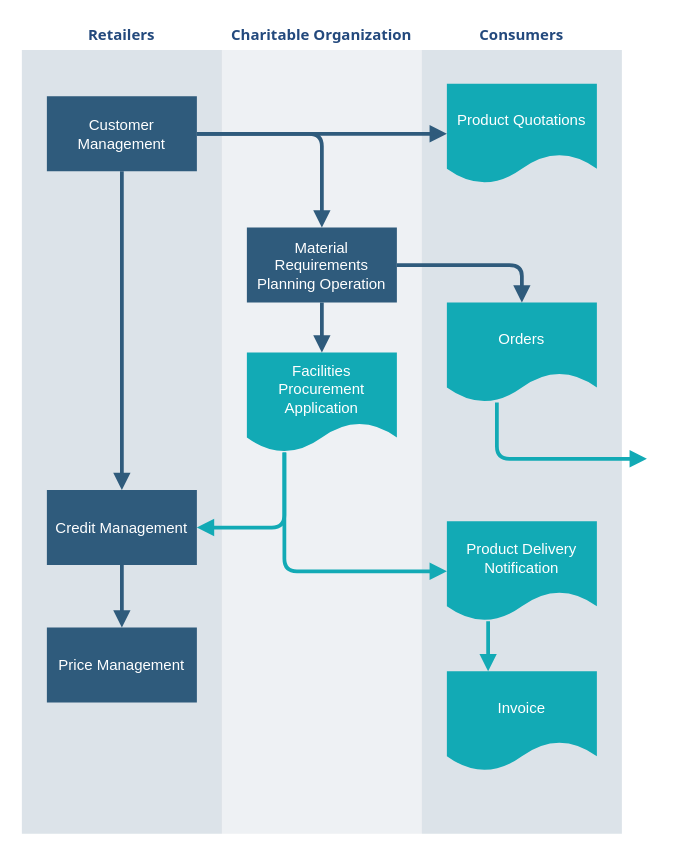
Earlier version of the draw.io diagram Untitled Diagram.drawio (panjuncai/Req). Source tidied: cells renumbered, new cells numbered last; positions are measured from the earlier drawing's top-left corner, leaving out a move shared by most shapes. Both pictures are drawn from the tidied source at 125%, with x=0, y=0 at pixel (21, 20).
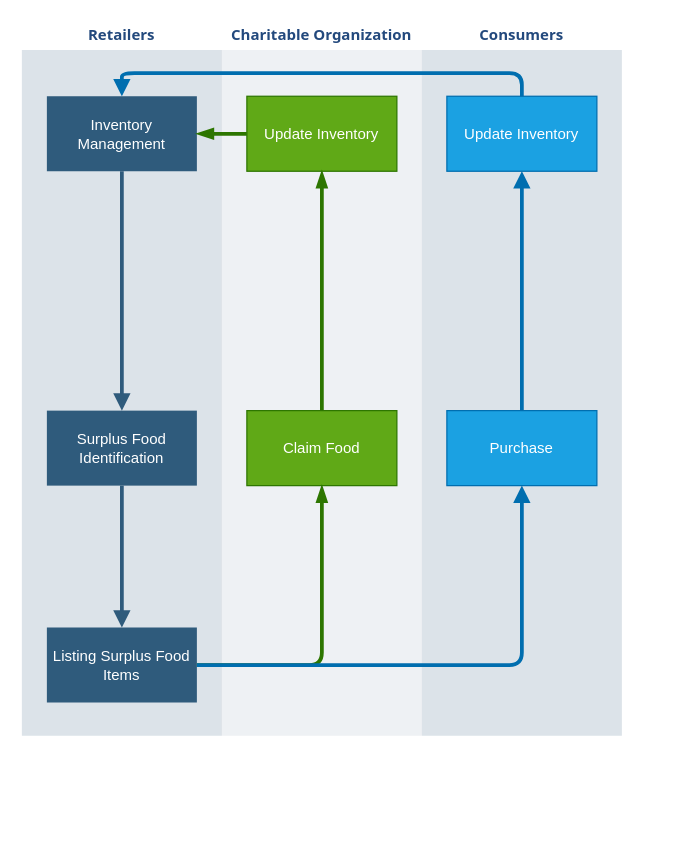
The same page after the edit.

What changed in the source:
```diff
@@
     <mxCell id="2" value="&lt;font color=&quot;#23497d&quot;&gt;Retailers&lt;/font&gt;" style="swimlane;whiteSpace=wrap;fillColor=none;swimlaneFillColor=#BAC8D3;fontColor=#2F5B7C;fontFamily=Tahoma;html=1;strokeColor=none;opacity=50;" parent="1" vertex="1">
-      <mxGeometry y="0.5" width="160" height="650" as="geometry" />
+      <mxGeometry y="0.5" width="160" height="571.5" as="geometry" />
     </mxCell>
-    <mxCell id="3" value="Customer Management" style="whiteSpace=wrap;shadow=0;fontColor=#FFFFFF;fontFamily=Helvetica;fontStyle=0;html=1;fontSize=12;plain-purple;strokeColor=none;fillColor=#2f5b7c;gradientColor=none;spacing=6;verticalAlign=middle;" parent="2" vertex="1">
+    <mxCell id="3" value="Inventory Management" style="whiteSpace=wrap;shadow=0;fontColor=#FFFFFF;fontFamily=Helvetica;fontStyle=0;html=1;fontSize=12;plain-purple;strokeColor=none;fillColor=#2f5b7c;gradientColor=none;spacing=6;verticalAlign=middle;" parent="2" vertex="1">
       <mxGeometry x="20" y="60" width="120" height="60" as="geometry" />
     </mxCell>
-    <mxCell id="4" value="Credit Management" style="whiteSpace=wrap;strokeColor=none;fillColor=#2f5b7c;shadow=0;fontColor=#FFFFFF;fontFamily=Helvetica;fontStyle=0;html=1;fontSize=12;spacing=6;verticalAlign=middle;" parent="2" vertex="1">
-      <mxGeometry x="20" y="375" width="120" height="60" as="geometry" />
+    <mxCell id="4" value="Surplus Food Identification" style="whiteSpace=wrap;strokeColor=none;fillColor=#2f5b7c;shadow=0;fontColor=#FFFFFF;fontFamily=Helvetica;fontStyle=0;html=1;fontSize=12;spacing=6;verticalAlign=middle;" parent="2" vertex="1">
+      <mxGeometry x="20" y="311.5" width="120" height="60" as="geometry" />
     </mxCell>
-    <mxCell id="5" value="Price Management" style="whiteSpace=wrap;strokeColor=none;fillColor=#2f5b7c;shadow=0;fontColor=#FFFFFF;fontFamily=Helvetica;fontStyle=0;html=1;fontSize=12;spacing=6;verticalAlign=middle;" parent="2" vertex="1">
+    <mxCell id="5" value="Listing Surplus Food Items" style="whiteSpace=wrap;strokeColor=none;fillColor=#2f5b7c;shadow=0;fontColor=#FFFFFF;fontFamily=Helvetica;fontStyle=0;html=1;fontSize=12;spacing=6;verticalAlign=middle;" parent="2" vertex="1">
       <mxGeometry x="20" y="485" width="120" height="60" as="geometry" />
     </mxCell>
@@
     <mxCell id="8" value="&lt;font color=&quot;#23497d&quot;&gt;Charitable Organization&lt;/font&gt;" style="swimlane;whiteSpace=wrap;fillColor=none;swimlaneFillColor=#BAC8D3;fontColor=#2F5B7C;fontFamily=Tahoma;html=1;strokeColor=none;opacity=25;" parent="1" vertex="1">
-      <mxGeometry x="160" y="0.5" width="160" height="650" as="geometry" />
+      <mxGeometry x="160" y="0.5" width="160" height="571.5" as="geometry" />
     </mxCell>
-    <mxCell id="9" value="Material Requirements Planning Operation" style="whiteSpace=wrap;shadow=0;fontColor=#FFFFFF;fontFamily=Helvetica;fontStyle=0;html=1;fontSize=12;plain-purple;strokeColor=none;fillColor=#2f5b7c;gradientColor=none;spacing=6;verticalAlign=middle;" parent="8" vertex="1">
-      <mxGeometry x="20" y="165" width="120" height="60" as="geometry" />
+    <mxCell id="9" value="Claim Food" style="whiteSpace=wrap;shadow=0;fontColor=#ffffff;fontFamily=Helvetica;fontStyle=0;html=1;fontSize=12;strokeColor=#2D7600;fillColor=#60a917;spacing=6;verticalAlign=middle;" parent="8" vertex="1">
+      <mxGeometry x="20" y="311.5" width="120" height="60" as="geometry" />
     </mxCell>
-    <mxCell id="10" value="&lt;font color=&quot;#ffffff&quot;&gt;Facilities Procurement&lt;br&gt;Application&lt;/font&gt;&lt;br&gt; " style="shape=document;whiteSpace=wrap;verticalAlign=middle;strokeColor=none;fillColor=#12aab5;shadow=0;fontColor=#FFFFFF;fontFamily=Helvetica;fontStyle=0;html=1;fontSize=12;spacing=6;spacingBottom=22;" parent="8" vertex="1">
-      <mxGeometry x="20" y="265" width="120" height="80" as="geometry" />
-    </mxCell>
-    <mxCell id="11" style="edgeStyle=segmentEdgeStyle;strokeColor=#2F5B7C;strokeWidth=3;html=1;endArrow=block;endFill=1;" parent="8" edge="1" source="9" target="10">
-      <mxGeometry relative="1" as="geometry" />
-    </mxCell>
+    <mxCell id="24" value="Update Inventory" style="whiteSpace=wrap;shadow=0;fontColor=#ffffff;fontFamily=Helvetica;fontStyle=0;html=1;fontSize=12;strokeColor=#2D7600;fillColor=#60a917;spacing=6;verticalAlign=middle;" parent="8" vertex="1">
+      <mxGeometry x="20" y="60" width="120" height="60" as="geometry" />
+    </mxCell>
+    <mxCell id="25" style="edgeStyle=segmentEdgeStyle;strokeColor=#2D7600;strokeWidth=3;html=1;endArrow=none;endFill=0;exitX=0.5;exitY=1;exitDx=0;exitDy=0;fillColor=#60a917;startArrow=blockThin;startFill=1;entryX=0.5;entryY=0;entryDx=0;entryDy=0;" parent="8" edge="1" source="24" target="9">
+      <mxGeometry as="geometry" />
+    </mxCell>
     <mxCell id="12" value="&lt;font color=&quot;#23497d&quot;&gt;Consumers&lt;/font&gt;" style="swimlane;whiteSpace=wrap;fillColor=none;swimlaneFillColor=#BAC8D3;fontColor=#2F5B7C;fontFamily=Tahoma;html=1;strokeColor=none;opacity=50;" parent="1" vertex="1">
-      <mxGeometry x="320" y="0.5" width="160" height="650" as="geometry" />
+      <mxGeometry x="320" y="0.5" width="160" height="571.5" as="geometry" />
     </mxCell>
-    <mxCell id="13" value="Product Quotations" style="shape=document;whiteSpace=wrap;verticalAlign=middle;strokeColor=none;fillColor=#12aab5;shadow=0;fontColor=#FFFFFF;fontFamily=Helvetica;fontStyle=0;html=1;fontSize=12;spacing=6;spacingBottom=22;" parent="12" vertex="1">
-      <mxGeometry x="20" y="50" width="120" height="80" as="geometry" />
-    </mxCell>
-    <mxCell id="14" value="Orders" style="shape=document;whiteSpace=wrap;verticalAlign=middle;strokeColor=none;fillColor=#12aab5;shadow=0;fontColor=#FFFFFF;fontFamily=Helvetica;fontStyle=0;html=1;fontSize=12;spacing=6;spacingBottom=22;" parent="12" vertex="1">
-      <mxGeometry x="20" y="225" width="120" height="80" as="geometry" />
-    </mxCell>
-    <mxCell id="15" value="Product Delivery Notification" style="shape=document;whiteSpace=wrap;strokeColor=none;fillColor=#12aab5;shadow=0;fontColor=#FFFFFF;fontFamily=Helvetica;fontStyle=0;html=1;fontSize=12;verticalAlign=middle;spacing=6;spacingBottom=22;" parent="12" vertex="1">
-      <mxGeometry x="20" y="400" width="120" height="80" as="geometry" />
-    </mxCell>
-    <mxCell id="16" value="Invoice" style="shape=document;whiteSpace=wrap;verticalAlign=middle;strokeColor=none;fillColor=#12aab5;shadow=0;fontColor=#FFFFFF;fontFamily=Helvetica;fontStyle=0;html=1;fontSize=12;spacing=6;spacingBottom=22;" parent="12" vertex="1">
-      <mxGeometry x="20" y="520" width="120" height="80" as="geometry" />
-    </mxCell>
-    <mxCell id="17" style="edgeStyle=segmentEdgeStyle;strokeColor=#12AAB5;strokeWidth=3;html=1;endArrow=block;endFill=1;" parent="12" edge="1" source="15" target="16">
-      <mxGeometry relative="1" as="geometry">
-        <Array as="points">
-          <mxPoint x="53" y="501" />
-          <mxPoint x="53" y="501" />
-        </Array>
-      </mxGeometry>
-    </mxCell>
-    <mxCell id="18" style="edgeStyle=segmentEdgeStyle;strokeColor=#2F5B7C;strokeWidth=3;html=1;endArrow=block;endFill=1;" parent="1" edge="1" source="3" target="9">
-      <mxGeometry x="164.5" y="178.5" as="geometry" />
-    </mxCell>
-    <mxCell id="19" style="edgeStyle=segmentEdgeStyle;strokeColor=#12AAB5;strokeWidth=3;html=1;endArrow=block;endFill=1;" parent="1" edge="1" source="10" target="4">
-      <mxGeometry x="164.5" y="433.5" as="geometry">
-        <Array as="points">
-          <mxPoint x="210" y="405.5" />
-        </Array>
-      </mxGeometry>
-    </mxCell>
-    <mxCell id="20" style="edgeStyle=segmentEdgeStyle;strokeColor=#2F5B7C;strokeWidth=3;html=1;endArrow=block;endFill=1;" parent="1" edge="1" source="3" target="13">
-      <mxGeometry x="164.5" y="178.5" as="geometry" />
-    </mxCell>
-    <mxCell id="21" style="edgeStyle=segmentEdgeStyle;strokeColor=#12AAB5;strokeWidth=3;html=1;endArrow=block;endFill=1;" parent="1" edge="1" source="10" target="15">
-      <mxGeometry x="234.5" y="433.5" as="geometry">
-        <Array as="points">
-          <mxPoint x="210" y="440.5" />
-        </Array>
-      </mxGeometry>
-    </mxCell>
+    <mxCell id="26" value="Update Inventory" style="whiteSpace=wrap;shadow=0;fontFamily=Helvetica;fontStyle=0;html=1;fontSize=12;strokeColor=#006EAF;fillColor=#1ba1e2;spacing=6;verticalAlign=middle;fontColor=#ffffff;" parent="12" vertex="1">
+      <mxGeometry x="20" y="60" width="120" height="60" as="geometry" />
+    </mxCell>
+    <mxCell id="27" value="Purchase" style="whiteSpace=wrap;shadow=0;fontFamily=Helvetica;fontStyle=0;html=1;fontSize=12;strokeColor=#006EAF;fillColor=#1ba1e2;spacing=6;verticalAlign=middle;fontColor=#ffffff;" parent="12" vertex="1">
+      <mxGeometry x="20" y="311.5" width="120" height="60" as="geometry" />
+    </mxCell>
+    <mxCell id="28" style="edgeStyle=segmentEdgeStyle;strokeColor=#006EAF;strokeWidth=3;html=1;endArrow=block;endFill=1;fillColor=#1ba1e2;exitX=0.5;exitY=0;exitDx=0;exitDy=0;entryX=0.5;entryY=1;entryDx=0;entryDy=0;" parent="12" edge="1" source="27" target="26">
+      <mxGeometry x="-560" y="-88.5" as="geometry" />
+    </mxCell>
-    <mxCell id="22" style="edgeStyle=segmentEdgeStyle;strokeColor=#2F5B7C;strokeWidth=3;html=1;endArrow=block;endFill=1;" parent="1" edge="1" source="9" target="14">
-      <mxGeometry x="324.5" y="283.5" as="geometry" />
+    <mxCell id="22" style="edgeStyle=segmentEdgeStyle;strokeColor=#2D7600;strokeWidth=3;html=1;endArrow=none;endFill=0;entryX=1;entryY=0.5;entryDx=0;entryDy=0;exitX=0.5;exitY=1;exitDx=0;exitDy=0;fillColor=#60a917;startArrow=blockThin;startFill=1;" parent="1" edge="1" source="9" target="5">
+      <mxGeometry x="324.5" y="283.5" as="geometry">
+        <Array as="points">
+          <mxPoint x="240" y="516" />
+        </Array>
+      </mxGeometry>
     </mxCell>
-    <mxCell id="23" style="edgeStyle=segmentEdgeStyle;strokeColor=#12AAB5;strokeWidth=3;html=1;endArrow=block;endFill=1;" parent="1" edge="1" source="14">
-      <mxGeometry x="404.5" y="393.5" as="geometry">
-        <mxPoint x="500" y="350.5" as="targetPoint" />
-        <Array as="points">
-          <mxPoint x="380" y="350.5" />
-        </Array>
-      </mxGeometry>
+    <mxCell id="23" style="edgeStyle=segmentEdgeStyle;strokeColor=#006EAF;strokeWidth=3;html=1;endArrow=block;endFill=1;fillColor=#1ba1e2;exitX=1;exitY=0.5;exitDx=0;exitDy=0;entryX=0.5;entryY=1;entryDx=0;entryDy=0;" parent="1" edge="1" source="5" target="27">
+      <mxGeometry as="geometry" />
     </mxCell>
+    <mxCell id="29" style="edgeStyle=segmentEdgeStyle;strokeColor=#2D7600;strokeWidth=3;html=1;endArrow=none;endFill=0;exitX=1;exitY=0.5;exitDx=0;exitDy=0;fillColor=#60a917;startArrow=blockThin;startFill=1;" parent="1" edge="1" source="3">
+      <mxGeometry as="geometry">
+        <mxPoint x="180" y="91" as="targetPoint" />
+      </mxGeometry>
+    </mxCell>
+    <mxCell id="30" style="edgeStyle=segmentEdgeStyle;strokeColor=#006EAF;strokeWidth=3;html=1;endArrow=block;endFill=1;fillColor=#1ba1e2;exitX=0.5;exitY=0;exitDx=0;exitDy=0;entryX=0.5;entryY=0;entryDx=0;entryDy=0;" parent="1" edge="1" source="26" target="3">
+      <mxGeometry x="-560" y="-88.5" as="geometry">
+        <Array as="points">
+          <mxPoint x="400" y="42" />
+          <mxPoint x="80" y="42" />
+        </Array>
+      </mxGeometry>
+    </mxCell>
```
